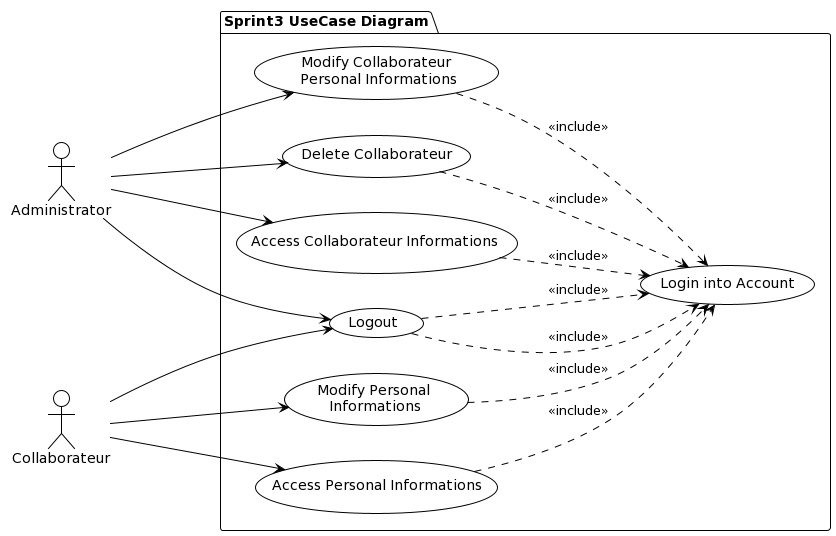
Earlier version of the PlantUML export Figures/Figure30.png (softsurgery/PFE). Source of this version:
```plantuml
@startuml
!theme plain
left to right direction

:Administrator: as a
:Collaborateur: as c

package "Sprint3 UseCase Diagram" {
(Modify Personal\n Informations) as modify
(Access Personal Informations) as access
(Access Collaborateur Informations ) as accessC
(Modify Collaborateur\n Personal Informations) as modifyC
(Delete Collaborateur) as deleteC
(Login into Account) as login
(Logout) as logout
}

c ---> modify
c ---> access
c ---> logout
a ---> accessC
a ---> modifyC
a ---> deleteC
a ---> logout

modify ..> login : <<include>>
access ..> login : <<include>>
logout ..> login : <<include>>
modifyC ..> login : <<include>>
accessC ..> login : <<include>>
deleteC ..> login : <<include>>
logout ..> login : <<include>>
@enduml
```
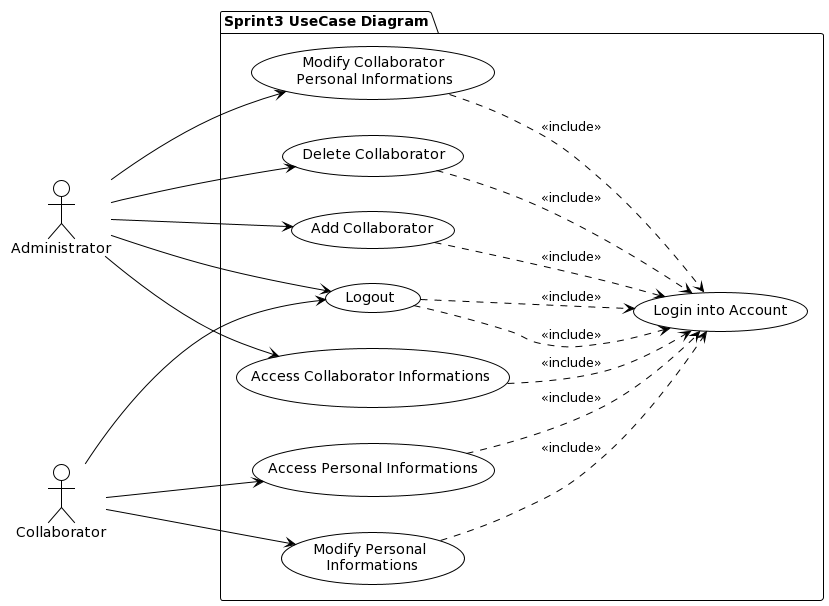
After the commit.

Change to the diagram source:
```diff
@@ -3,14 +3,15 @@
 left to right direction
 
 :Administrator: as a
-:Collaborateur: as c
+:Collaborator: as c
 
 package "Sprint3 UseCase Diagram" {
+(Add Collaborator) as add
 (Modify Personal\n Informations) as modify
 (Access Personal Informations) as access
-(Access Collaborateur Informations ) as accessC
-(Modify Collaborateur\n Personal Informations) as modifyC
-(Delete Collaborateur) as deleteC
+(Access Collaborator Informations ) as accessC
+(Modify Collaborator\n Personal Informations) as modifyC
+(Delete Collaborator) as deleteC
 (Login into Account) as login
 (Logout) as logout
 }
@@ -21,9 +22,11 @@
 a ---> accessC
 a ---> modifyC
 a ---> deleteC
+a ---> add
 a ---> logout
 
 modify ..> login : <<include>>
+add ..> login : <<include>>
 access ..> login : <<include>>
 logout ..> login : <<include>>
 modifyC ..> login : <<include>>
```
